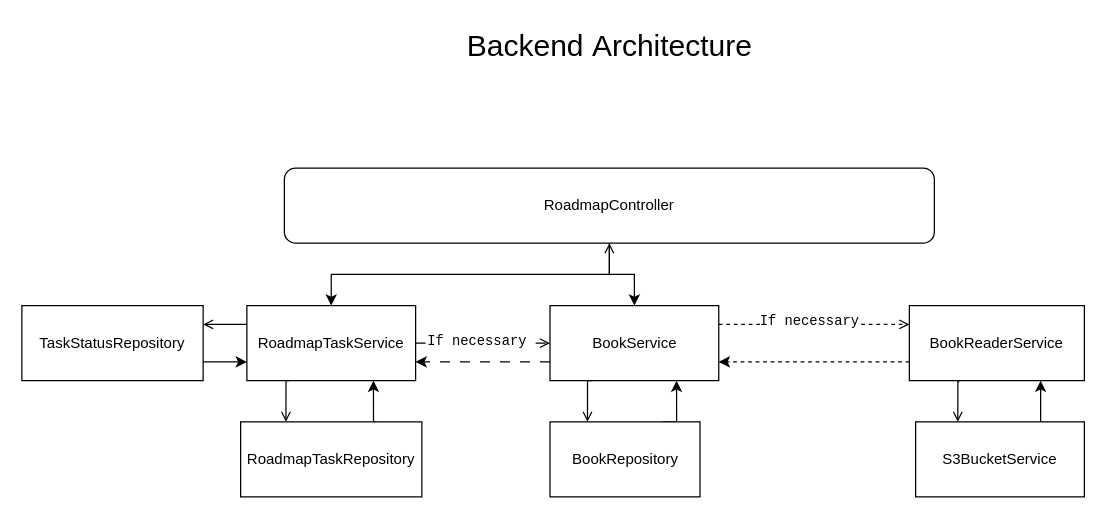
Earlier version of the draw.io diagram MyBookRoadmapApp.drawio (MelancholicSt/my-diagrams). Source tidied: cells renumbered, new cells numbered last; positions are measured from the earlier drawing's top-left corner, leaving out a move shared by most shapes. Both pictures are drawn from the tidied source at 125%, with x=0, y=0 at pixel (21, 21).
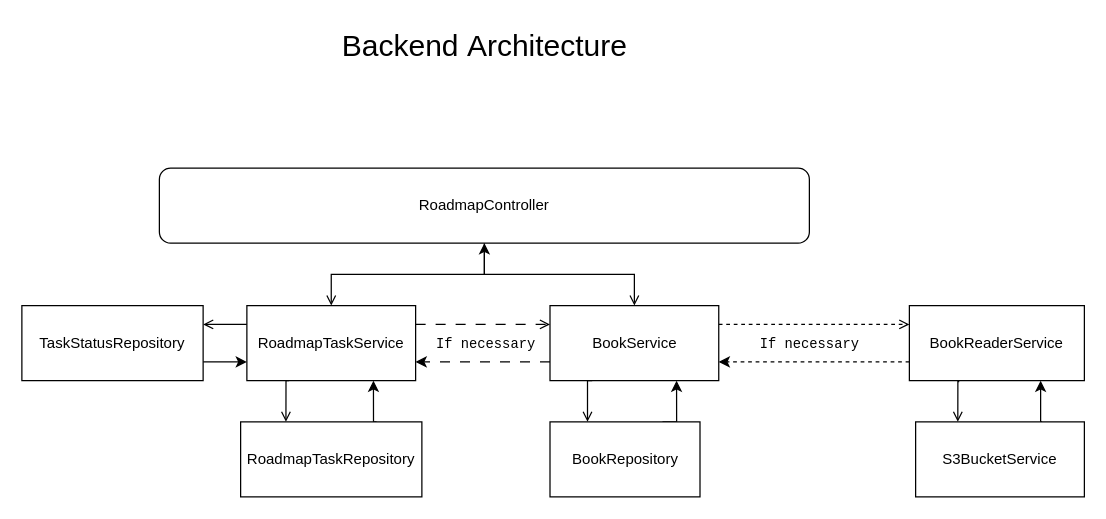
Above is the later version.

Unchanged cells that the change refers to:
```xml
<mxCell id="10" value="RoadmapTaskService" style="rounded=0;whiteSpace=wrap;html=1;" parent="1" vertex="1">
  <mxGeometry x="180" y="227" width="135" height="60" as="geometry" />
</mxCell>
<mxCell id="22" style="edgeStyle=orthogonalEdgeStyle;rounded=0;jettySize=auto;html=1;entryX=0;entryY=0.25;entryDx=0;entryDy=0;exitX=1;exitY=0.25;exitDx=0;exitDy=0;dashed=1;endArrow=open;endFill=0;" parent="1" edge="1" source="24" target="13">
  <mxGeometry relative="1" as="geometry" />
</mxCell>
<mxCell id="24" value="BookService" style="rounded=0;whiteSpace=wrap;html=1;" parent="1" vertex="1">
  <mxGeometry x="422.5" y="227" width="135" height="60" as="geometry" />
</mxCell>
```

Change to the diagram source:
```diff
@@
-    <mxCell id="2" style="edgeStyle=orthogonalEdgeStyle;rounded=0;jettySize=auto;html=1;" parent="1" edge="1" source="4" target="10">
+    <mxCell id="2" style="edgeStyle=orthogonalEdgeStyle;rounded=0;jettySize=auto;html=1;endArrow=open;endFill=0;" parent="1" edge="1" source="4" target="10">
       <mxGeometry relative="1" as="geometry" />
     </mxCell>
-    <mxCell id="3" style="edgeStyle=orthogonalEdgeStyle;rounded=0;jettySize=auto;html=1;startArrow=open;startFill=0;endArrow=classic;endFill=1;" parent="1" edge="1" source="4" target="24">
+    <mxCell id="3" style="edgeStyle=orthogonalEdgeStyle;rounded=0;jettySize=auto;html=1;startArrow=classic;startFill=1;endArrow=open;endFill=0;" parent="1" edge="1" source="4" target="24">
       <mxGeometry relative="1" as="geometry" />
     </mxCell>
     <mxCell id="4" value="RoadmapController" style="rounded=1;whiteSpace=wrap;html=1;" parent="1" vertex="1">
-      <mxGeometry x="210" y="117" width="520" height="60" as="geometry" />
+      <mxGeometry x="110" y="117" width="520" height="60" as="geometry" />
     </mxCell>
     <mxCell id="5" value="&lt;font style=&quot;font-size: 24px;&quot;&gt;Backend&amp;nbsp;&lt;span style=&quot;background-color: initial;&quot;&gt;Architecture&lt;/span&gt;&lt;/font&gt;" style="text;html=1;align=center;verticalAlign=middle;strokeColor=none;fillColor=none;" parent="1" vertex="1">
-      <mxGeometry x="345" width="250" height="40" as="geometry" />
+      <mxGeometry x="245" width="250" height="40" as="geometry" />
     </mxCell>
@@
-    <mxCell id="7" style="edgeStyle=orthogonalEdgeStyle;rounded=0;jettySize=auto;html=1;dashed=1;dashPattern=8 8;endArrow=open;endFill=0;" parent="1" edge="1" source="10" target="24">
+    <mxCell id="7" style="edgeStyle=orthogonalEdgeStyle;rounded=0;jettySize=auto;html=1;dashed=1;dashPattern=8 8;endArrow=open;endFill=0;exitX=1;exitY=0.25;exitDx=0;exitDy=0;entryX=0;entryY=0.25;entryDx=0;entryDy=0;" parent="1" edge="1" source="10" target="24">
       <mxGeometry relative="1" as="geometry" />
     </mxCell>
     <mxCell id="8" value="If necessary" style="edgeLabel;html=1;align=center;verticalAlign=middle;fontStyle=0;fontFamily=Courier New;" parent="7" vertex="1">
-      <mxGeometry x="-0.1" y="2" relative="1" as="geometry" />
+      <mxGeometry x="-0.1" y="2" relative="1" as="geometry">
+        <mxPoint x="7" y="17" as="offset" />
+      </mxGeometry>
     </mxCell>
@@
     <mxCell id="23" value="If necessary" style="edgeLabel;html=1;align=center;verticalAlign=middle;fontFamily=Courier New;" parent="22" vertex="1">
       <mxGeometry x="-0.34" y="3" relative="1" as="geometry">
-        <mxPoint x="22" as="offset" />
+        <mxPoint x="22" y="18" as="offset" />
       </mxGeometry>
     </mxCell>
```
